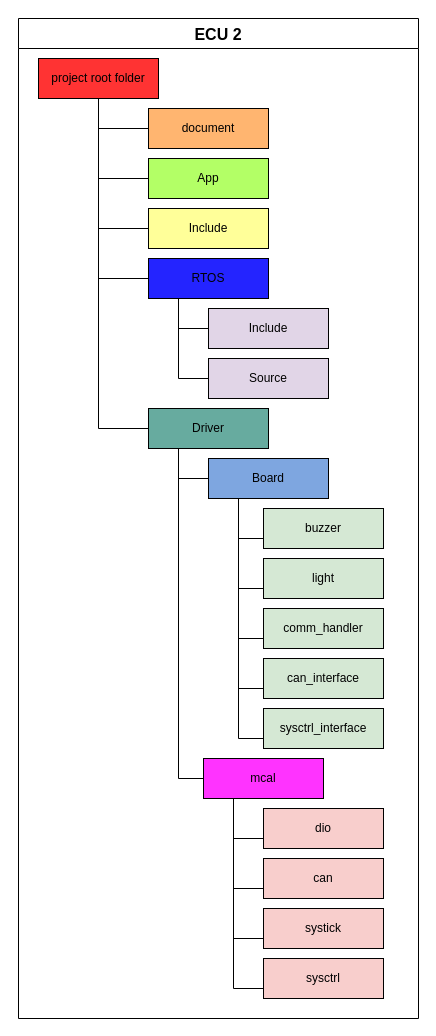
Mohamed-abdullah-hassan/EG-FWD_Automotive_door_control keeps this draw.io diagram as page "ECU 2 Folder structure" (5 of 6) of 1-Automotive_Door_Monitor_Static_Design.drawio. Above is the earlier version. Source tidied: cells renumbered, new cells numbered last; positions are measured from the earlier drawing's top-left corner, leaving out a move shared by most shapes. Both pictures are drawn from the tidied source at 100%, with x=0, y=0 at pixel (18, 18).
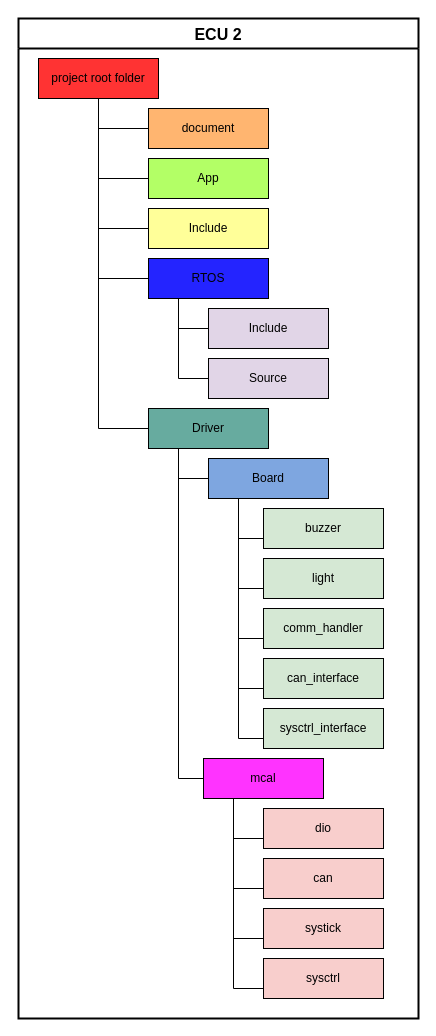
Above is the later version.

What changed in the source:
```diff
@@
-    <mxCell id="2" value="ECU 2" style="swimlane;startSize=30;horizontal=1;containerType=tree;rounded=0;fontSize=16;" parent="1" vertex="1">
+    <mxCell id="2" value="ECU 2" style="swimlane;startSize=30;horizontal=1;containerType=tree;rounded=0;fontSize=16;strokeWidth=2;" parent="1" vertex="1">
       <mxGeometry width="400" height="1000" as="geometry" />
     </mxCell>
```
